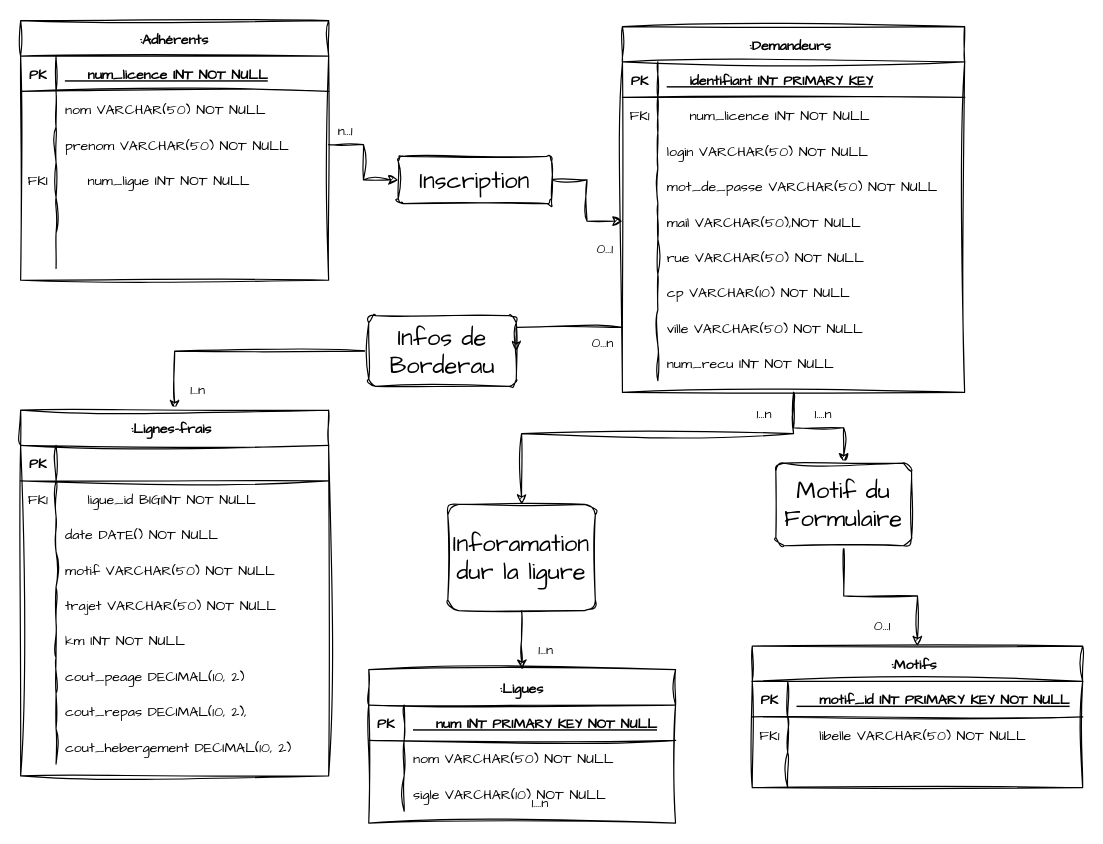
Earlier version of the draw.io diagram MCD.drawio (PlumCreativ/NoteDeFrais). Source tidied: cells renumbered, new cells numbered last; positions are measured from the earlier drawing's top-left corner, leaving out a move shared by most shapes. Both pictures are drawn from the tidied source at 118%, with x=0, y=0 at pixel (20, 20).
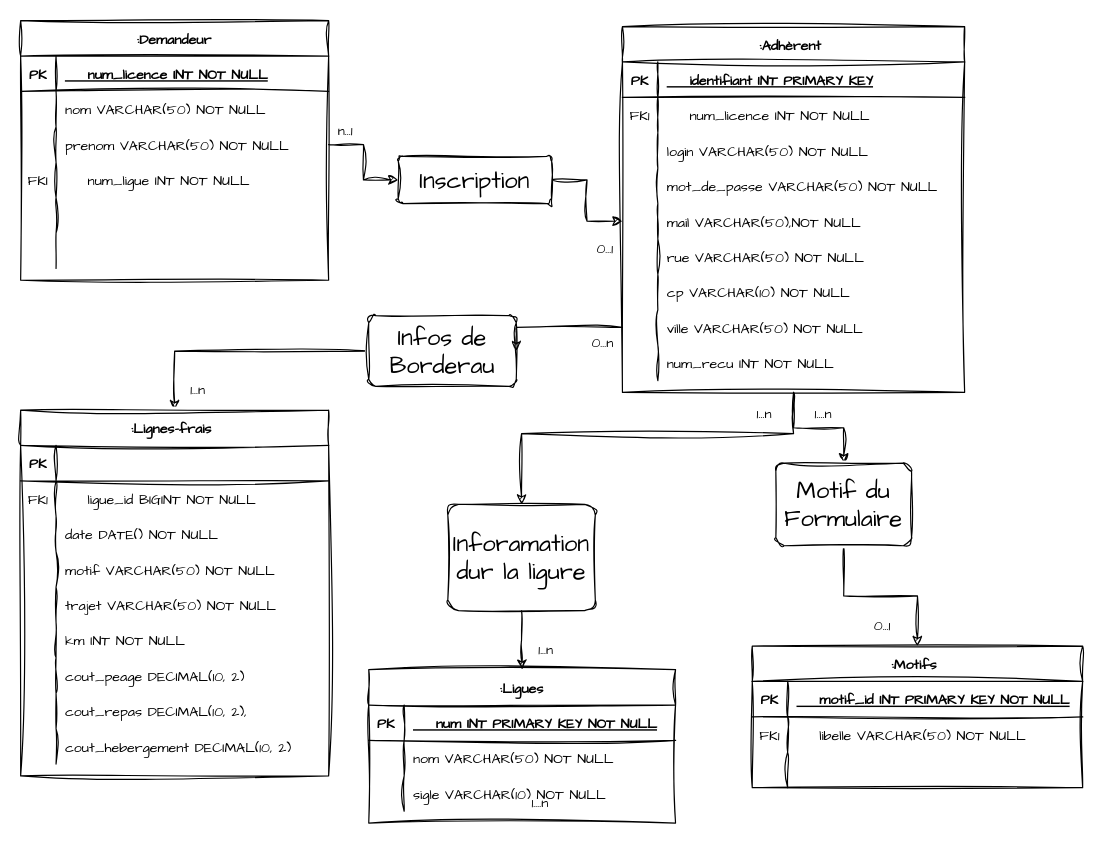
The same page after the edit.

Commit message:
Mettre à jour MCD.drawio

The edit, as a diff of the source:
```diff
@@
-    <mxCell id="4" value=":Demandeurs " style="shape=table;startSize=30;childLayout=tableLayout;rowLines=0;fontStyle=1;align=center;sketch=1;curveFitting=1;jiggle=2;fontFamily=Architects Daughter;" parent="1" vertex="1">
+    <mxCell id="4" value=":Adhèrent " style="shape=table;startSize=30;childLayout=tableLayout;rowLines=0;fontStyle=1;align=center;sketch=1;curveFitting=1;jiggle=2;fontFamily=Architects Daughter;" parent="1" vertex="1">
       <mxGeometry x="510" y="5" width="290" height="310" as="geometry" />
     </mxCell>
@@
-    <mxCell id="32" value=":Adhérents" style="shape=table;startSize=30;childLayout=tableLayout;rowLines=0;fontStyle=1;align=center;sketch=1;curveFitting=1;jiggle=2;fontFamily=Architects Daughter;" parent="1" vertex="1">
+    <mxCell id="32" value=":Demandeur" style="shape=table;startSize=30;childLayout=tableLayout;rowLines=0;fontStyle=1;align=center;sketch=1;curveFitting=1;jiggle=2;fontFamily=Architects Daughter;" parent="1" vertex="1">
       <mxGeometry width="261" height="220" as="geometry" />
     </mxCell>
```
